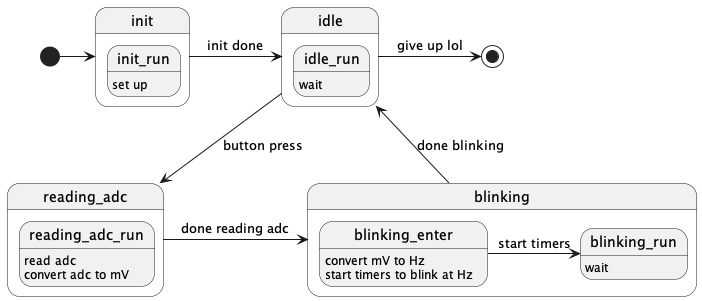
Earlier version of the PlantUML export state_diagram.png (jamesmu03/zephyr-hrm). Its source is kept beside it as state_diagram.puml.
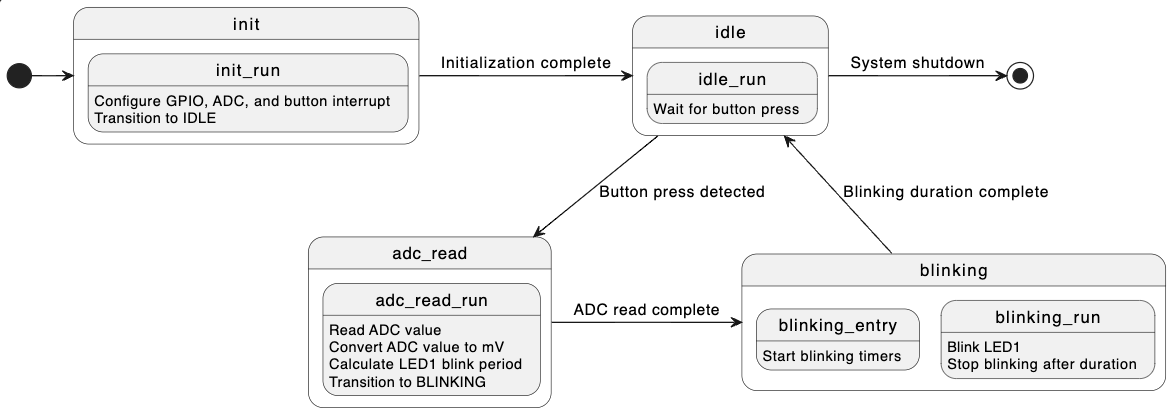
Above is the later version.

Diff of the diagram source:
```diff
@@ -3,29 +3,31 @@
 [*] -> init
 
 state init {
-    init_run: set up
+    init_run: Configure GPIO, ADC, and button interrupt
+    init_run: Transition to IDLE
 }
 
 state idle {
-    idle_run: wait
+    idle_run: Wait for button press
 }
 
-state reading_adc {
-    reading_adc_run: read adc
-    reading_adc_run: convert adc to mV
+state adc_read {
+    adc_read_run: Read ADC value
+    adc_read_run: Convert ADC value to mV
+    adc_read_run: Calculate LED1 blink period
+    adc_read_run: Transition to BLINKING
 }
 
 state blinking {
-    blinking_enter: convert mV to Hz
-    blinking_enter: start timers to blink at Hz
-    blinking_run: wait
+    blinking_entry: Start blinking timers
+    blinking_run: Blink LED1
+    blinking_run: Stop blinking after duration
 }
 
-init -> idle : init done
-idle -d-> reading_adc : button press
-reading_adc -> blinking : done reading adc
-blinking -> idle : done blinking
-blinking_enter -> blinking_run : start timers
-idle -> [*] : give up lol
+init -> idle : Initialization complete
+idle -d-> adc_read : Button press detected
+adc_read -> blinking : ADC read complete
+blinking -> idle : Blinking duration complete
+idle -> [*] : System shutdown
 
 @enduml
```
